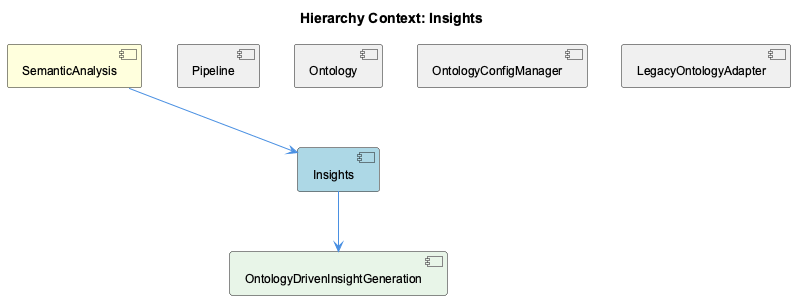
This is knowledge-management/insights/images/insights-relationship.png from fwornle/coding, a PlantUML export, as it was before one commit.
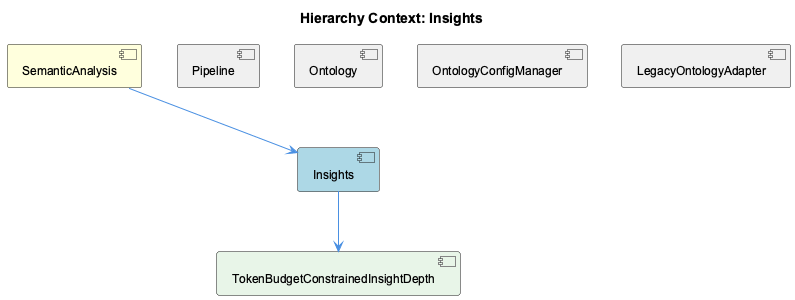
After the commit.

What changed in the source:
```diff
@@ -9,13 +9,13 @@
 [Ontology] as ontology #F0F0F0
 [OntologyConfigManager] as ontology_config_manager #F0F0F0
 [LegacyOntologyAdapter] as legacy_ontology_adapter #F0F0F0
-[OntologyDrivenInsightGeneration] as ontology_driven_insight_generation #E8F5E8
+[TokenBudgetConstrainedInsightDepth] as token_budget_constrained_insight_depth #E8F5E8
 
 semantic_analysis --> insights
 pipeline -[hidden]- insights
 ontology -[hidden]- insights
 ontology_config_manager -[hidden]- insights
 legacy_ontology_adapter -[hidden]- insights
-insights --> ontology_driven_insight_generation
+insights --> token_budget_constrained_insight_depth
 
 @enduml
```
